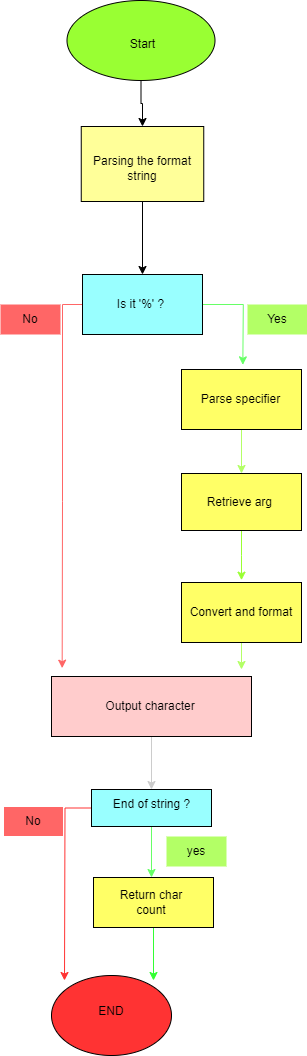
This is flowchartprintf.png from Aymeric154/holbertonschool-printf, a draw.io export, as it was before one commit. Source tidied: cells renumbered, new cells last; positions are measured from the earlier drawing's top-left corner, leaving out a move shared by most shapes.
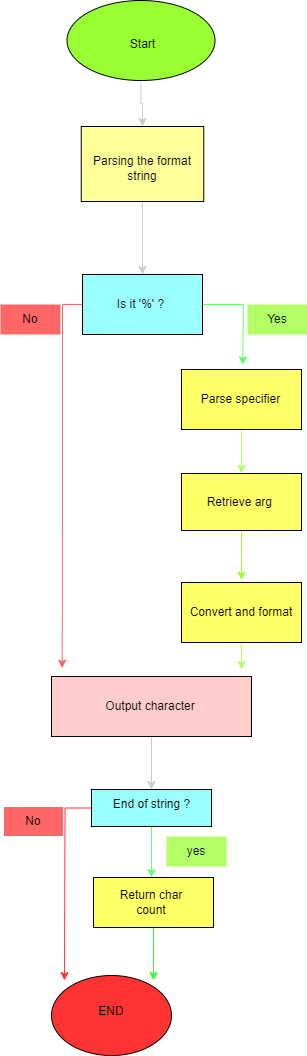
After the change.

Commit message:
Mettre à jour flowchartprintf.png

The edit, as a diff of the source:
```diff
@@ -2,7 +2,7 @@
   <root>
     <mxCell id="0" />
     <mxCell id="1" parent="0" />
-    <mxCell id="2" style="edgeStyle=orthogonalEdgeStyle;rounded=0;jettySize=auto;html=1;exitX=0.5;exitY=1;exitDx=0;exitDy=0;entryX=0.5;entryY=0;entryDx=0;entryDy=0;" parent="1" edge="1" source="3" target="6">
+    <mxCell id="2" style="edgeStyle=orthogonalEdgeStyle;rounded=0;jettySize=auto;html=1;exitX=0.5;exitY=1;exitDx=0;exitDy=0;entryX=0.5;entryY=0;entryDx=0;entryDy=0;strokeColor=#CCCCCC;" parent="1" edge="1" source="3" target="6">
       <mxGeometry relative="1" as="geometry" />
     </mxCell>
     <mxCell id="3" style="ellipse;whiteSpace=wrap;html=1;fillColor=#99FF33;" parent="1" vertex="1">
@@ -11,7 +11,7 @@
     <mxCell id="4" value="Start" style="text;strokeColor=none;align=center;fillColor=none;html=1;verticalAlign=middle;whiteSpace=wrap;rounded=0;" parent="1" vertex="1">
       <mxGeometry x="95.5" y="14" width="93" height="60" as="geometry" />
     </mxCell>
-    <mxCell id="5" style="edgeStyle=orthogonalEdgeStyle;rounded=0;jettySize=auto;html=1;exitX=0.5;exitY=1;exitDx=0;exitDy=0;entryX=0.5;entryY=0;entryDx=0;entryDy=0;" parent="1" edge="1" source="6" target="10">
+    <mxCell id="5" style="edgeStyle=orthogonalEdgeStyle;rounded=0;jettySize=auto;html=1;exitX=0.5;exitY=1;exitDx=0;exitDy=0;entryX=0.5;entryY=0;entryDx=0;entryDy=0;strokeColor=#CCCCCC;" parent="1" edge="1" source="6" target="10">
       <mxGeometry relative="1" as="geometry" />
     </mxCell>
     <mxCell id="6" style="rounded=0;whiteSpace=wrap;html=1;fillColor=#FFFF99;" parent="1" vertex="1">
```
